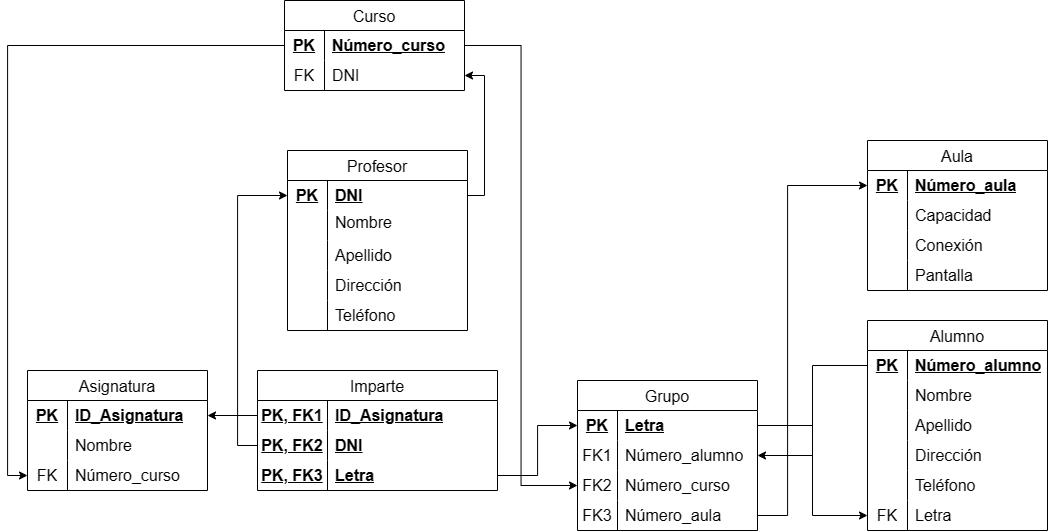
Earlier version of the draw.io export modelo-relacional/modelo_relacional_evaluable2.drawio.png (JesusLugo2002/BAE). Source tidied: cells renumbered, new cells last; positions are measured from the earlier drawing's top-left corner, leaving out a move shared by most shapes.
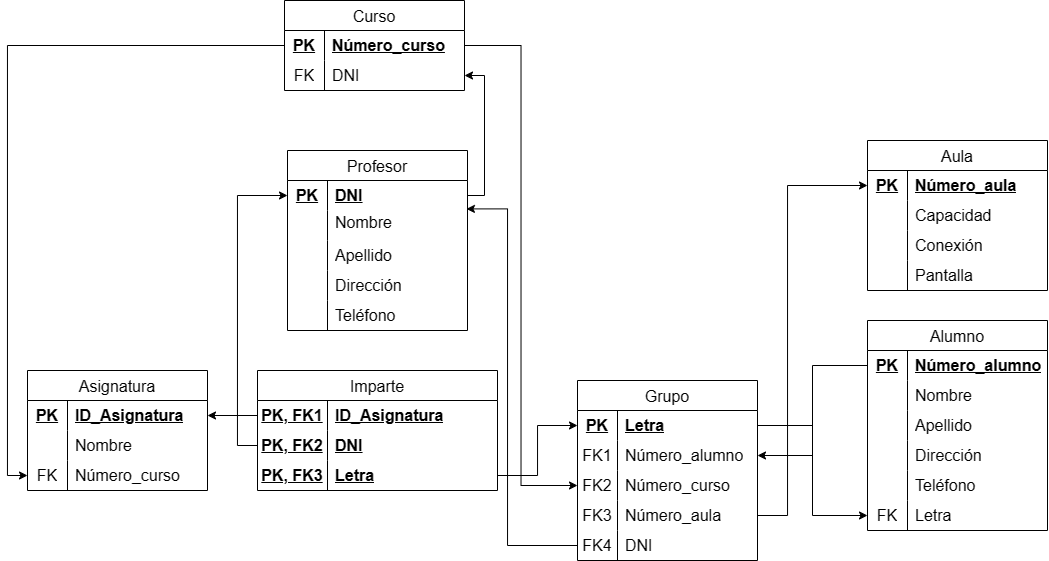
Above is the later version.

Change to the diagram source:
```diff
@@ -102,7 +102,7 @@
       <mxGeometry x="40" width="140" height="30" as="geometry" />
     </mxCell>
     <mxCell id="35" value="Grupo" style="shape=table;startSize=30;rowLines=0;fontStyle=0;strokeColor=default;fontSize=16;" parent="1" vertex="1">
-      <mxGeometry x="550" y="380" width="180" height="150" as="geometry" />
+      <mxGeometry x="550" y="380" width="180" height="180" as="geometry" />
     </mxCell>
     <mxCell id="36" style="shape=tableRow;horizontal=0;startSize=0;swimlaneHead=0;swimlaneBody=0;top=0;left=0;bottom=0;right=0;fillColor=none;points=[[0,0.5],[1,0.5]];portConstraint=eastwest;strokeColor=inherit;fontSize=16;" parent="35" vertex="1">
       <mxGeometry y="30" width="180" height="30" as="geometry" />
@@ -140,6 +140,15 @@
     <mxCell id="47" value="Número_aula" style="shape=partialRectangle;html=1;whiteSpace=wrap;fillColor=none;top=0;left=0;bottom=0;right=0;align=left;spacingLeft=6;overflow=hidden;strokeColor=inherit;fontSize=16;fontStyle=0;" parent="45" vertex="1">
       <mxGeometry x="40" width="140" height="30" as="geometry" />
     </mxCell>
+    <mxCell id="99" style="shape=tableRow;horizontal=0;startSize=0;swimlaneHead=0;swimlaneBody=0;top=0;left=0;bottom=0;right=0;fillColor=none;points=[[0,0.5],[1,0.5]];portConstraint=eastwest;strokeColor=inherit;fontSize=16;" parent="35" vertex="1">
+      <mxGeometry y="150" width="180" height="30" as="geometry" />
+    </mxCell>
+    <mxCell id="100" value="FK4" style="shape=partialRectangle;html=1;whiteSpace=wrap;fillColor=none;top=0;left=0;bottom=0;right=0;overflow=hidden;strokeColor=inherit;fontSize=16;fontStyle=0;" parent="99" vertex="1">
+      <mxGeometry width="40" height="30" as="geometry" />
+    </mxCell>
+    <mxCell id="101" value="DNI" style="shape=partialRectangle;html=1;whiteSpace=wrap;fillColor=none;top=0;left=0;bottom=0;right=0;align=left;spacingLeft=6;overflow=hidden;strokeColor=inherit;fontSize=16;fontStyle=0;" parent="99" vertex="1">
+      <mxGeometry x="40" width="140" height="30" as="geometry" />
+    </mxCell>
     <mxCell id="48" value="Alumno" style="shape=table;startSize=30;rowLines=0;fontStyle=0;strokeColor=default;fontSize=16;" parent="1" vertex="1">
       <mxGeometry x="840" y="320" width="180" height="210" as="geometry" />
     </mxCell>
@@ -303,5 +312,13 @@
         </Array>
       </mxGeometry>
     </mxCell>
+    <mxCell id="102" style="edgeStyle=orthogonalEdgeStyle;rounded=0;jettySize=auto;html=1;entryX=0.994;entryY=0.947;entryDx=0;entryDy=0;entryPerimeter=0;" parent="1" edge="1" source="99" target="20">
+      <mxGeometry relative="1" as="geometry">
+        <Array as="points">
+          <mxPoint x="480" y="545" />
+          <mxPoint x="480" y="208" />
+        </Array>
+      </mxGeometry>
+    </mxCell>
   </root>
 </mxGraphModel>
```
